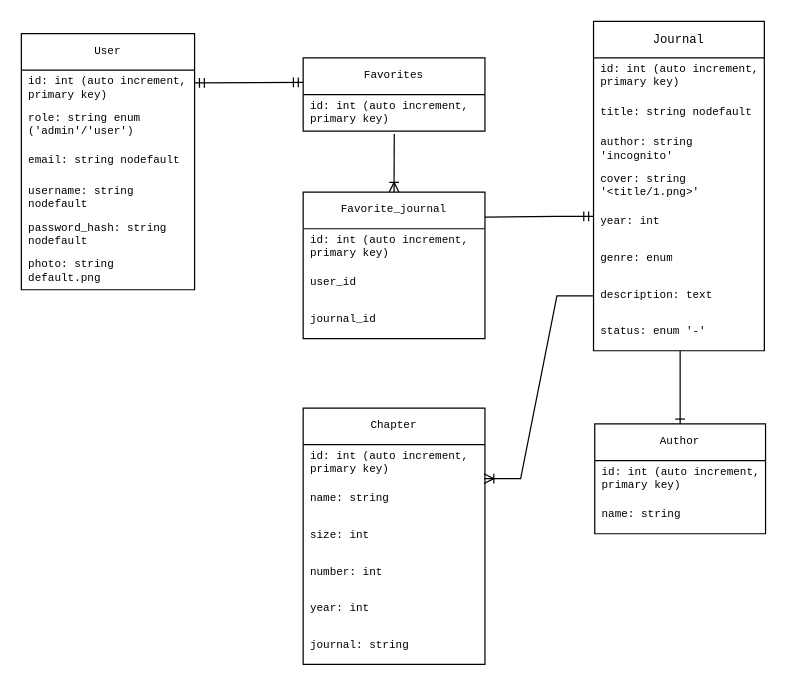
7kex7/journal-reader-v2 keeps this draw.io diagram as server/journal_db_diagram.drawio. Above is the earlier version. Source tidied: cells renumbered, new cells numbered last; positions are measured from the earlier drawing's top-left corner, leaving out a move shared by most shapes. Both pictures are drawn from the tidied source at 122%, with x=0, y=0 at pixel (21, 21).
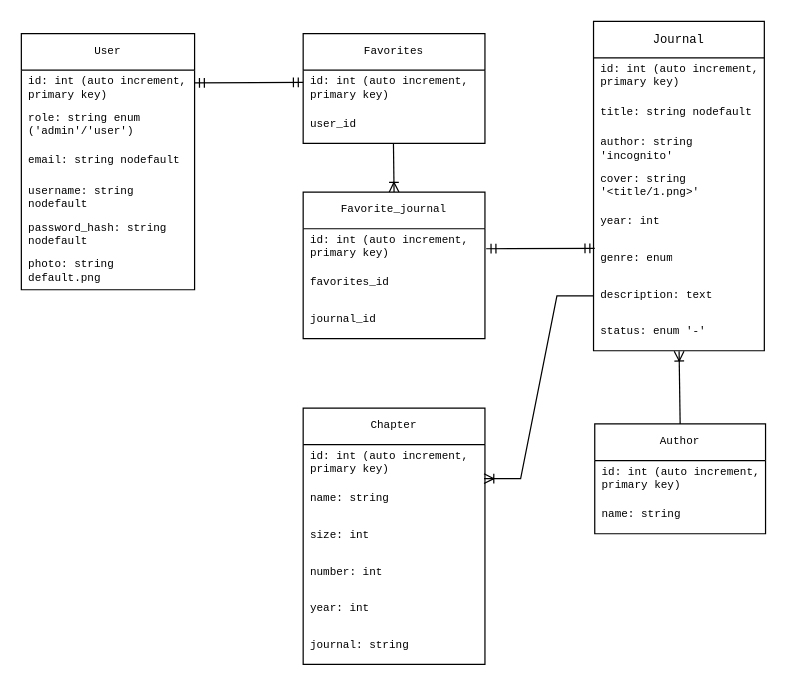
After the change.

Unchanged cells that the change refers to:
```xml
<mxCell id="10" value="&lt;div style=&quot;font-size: 9px;&quot;&gt;&lt;font style=&quot;font-size: 9px;&quot;&gt;id: int (auto increment, primary key)&lt;/font&gt;&lt;/div&gt;" style="text;strokeColor=none;fillColor=none;align=left;verticalAlign=middle;spacingLeft=4;spacingRight=4;overflow=hidden;points=[[0,0.5],[1,0.5]];portConstraint=eastwest;whiteSpace=wrap;html=1;fontSize=9;fontFamily=Courier New;" parent="9" vertex="1">
  <mxGeometry y="30" width="149" height="30" as="geometry" />
</mxCell>
<mxCell id="16" value="year: int" style="text;strokeColor=none;fillColor=none;align=left;verticalAlign=middle;spacingLeft=4;spacingRight=4;overflow=hidden;points=[[0,0.5],[1,0.5]];portConstraint=eastwest;whiteSpace=wrap;html=1;fontSize=9;fontFamily=Courier New;" parent="11" vertex="1">
  <mxGeometry y="150" width="140" height="30" as="geometry" />
</mxCell>
<mxCell id="19" value="status: enum '-'" style="text;strokeColor=none;fillColor=none;align=left;verticalAlign=middle;spacingLeft=4;spacingRight=4;overflow=hidden;points=[[0,0.5],[1,0.5]];portConstraint=eastwest;whiteSpace=wrap;html=1;fontSize=9;fontFamily=Courier New;" parent="11" vertex="1">
  <mxGeometry y="240" width="140" height="30" as="geometry" />
</mxCell>
<mxCell id="27" value="Author" style="swimlane;fontStyle=0;horizontal=1;startSize=30;whiteSpace=wrap;html=1;fontSize=9;fontFamily=Courier New;" parent="1" vertex="1">
  <mxGeometry x="470" y="330" width="140" height="90" as="geometry" />
</mxCell>
<mxCell id="34" value="Favorite_journal" style="swimlane;fontStyle=0;horizontal=1;startSize=30;whiteSpace=wrap;html=1;fontSize=9;fontFamily=Courier New;" parent="1" vertex="1">
  <mxGeometry x="231" y="140" width="149" height="120" as="geometry" />
</mxCell>
```

Diff of the diagram source:
```diff
@@
     <mxCell id="9" value="Favorites" style="swimlane;fontStyle=0;horizontal=1;startSize=30;whiteSpace=wrap;html=1;fontSize=9;fontFamily=Courier New;" parent="1" vertex="1">
-      <mxGeometry x="231" y="30" width="149" height="60" as="geometry" />
+      <mxGeometry x="231" y="10" width="149" height="90" as="geometry" />
     </mxCell>
@@
+    <mxCell id="39" value="user_id" style="text;strokeColor=none;fillColor=none;align=left;verticalAlign=middle;spacingLeft=4;spacingRight=4;overflow=hidden;whiteSpace=wrap;html=1;fontSize=9;fontFamily=Courier New;" parent="9" vertex="1">
+      <mxGeometry y="60" width="149" height="30" as="geometry" />
+    </mxCell>
@@
-    <mxCell id="31" style="html=1;endArrow=ERoneToMany;rounded=0;exitX=0.501;exitY=1.078;exitDx=0;exitDy=0;exitPerimeter=0;entryX=0.5;entryY=0;entryDx=0;entryDy=0;fontSize=9;" parent="1" edge="1" source="10" target="34">
-      <mxGeometry relative="1" as="geometry" />
+    <mxCell id="31" style="html=1;endArrow=ERoneToMany;rounded=0;entryX=0.5;entryY=0;entryDx=0;entryDy=0;fontSize=9;" parent="1" edge="1" target="34">
+      <mxGeometry relative="1" as="geometry">
+        <mxPoint x="305" y="100" as="sourcePoint" />
+      </mxGeometry>
     </mxCell>
-    <mxCell id="32" style="edgeStyle=entityRelationEdgeStyle;fontSize=9;html=1;endArrow=ERmandOne;startArrow=ERmandOne;rounded=0;entryX=0;entryY=0.331;entryDx=0;entryDy=0;entryPerimeter=0;" parent="1" edge="1" target="16">
-      <mxGeometry relative="1" as="geometry">
-        <mxPoint x="350.7" y="160.4" as="sourcePoint" />
-      </mxGeometry>
-    </mxCell>
-    <mxCell id="33" style="fontSize=9;html=1;endArrow=ERone;endFill=1;rounded=0;entryX=0.5;entryY=0;entryDx=0;entryDy=0;" parent="1" edge="1" target="27">
-      <mxGeometry relative="1" as="geometry">
-        <mxPoint x="540" y="270" as="sourcePoint" />
-      </mxGeometry>
-    </mxCell>
@@
-    <mxCell id="36" value="user_id" style="text;strokeColor=none;fillColor=none;align=left;verticalAlign=middle;spacingLeft=4;spacingRight=4;overflow=hidden;whiteSpace=wrap;html=1;fontSize=9;fontFamily=Courier New;" parent="34" vertex="1">
+    <mxCell id="36" value="favorites_id" style="text;strokeColor=none;fillColor=none;align=left;verticalAlign=middle;spacingLeft=4;spacingRight=4;overflow=hidden;whiteSpace=wrap;html=1;fontSize=9;fontFamily=Courier New;" parent="34" vertex="1">
       <mxGeometry y="60" width="149" height="30" as="geometry" />
     </mxCell>
@@
+    <mxCell id="40" style="fontSize=12;html=1;endArrow=ERoneToMany;entryX=0.501;entryY=1.013;entryDx=0;entryDy=0;entryPerimeter=0;exitX=0.5;exitY=0;exitDx=0;exitDy=0;" parent="1" edge="1" source="27" target="19">
+      <mxGeometry relative="1" as="geometry" />
+    </mxCell>
+    <mxCell id="41" style="fontSize=9;html=1;endArrow=ERmandOne;startArrow=ERmandOne;rounded=0;" parent="1" edge="1">
+      <mxGeometry relative="1" as="geometry">
+        <mxPoint x="381" y="186.4" as="sourcePoint" />
+        <mxPoint x="470" y="186" as="targetPoint" />
+      </mxGeometry>
+    </mxCell>
```
